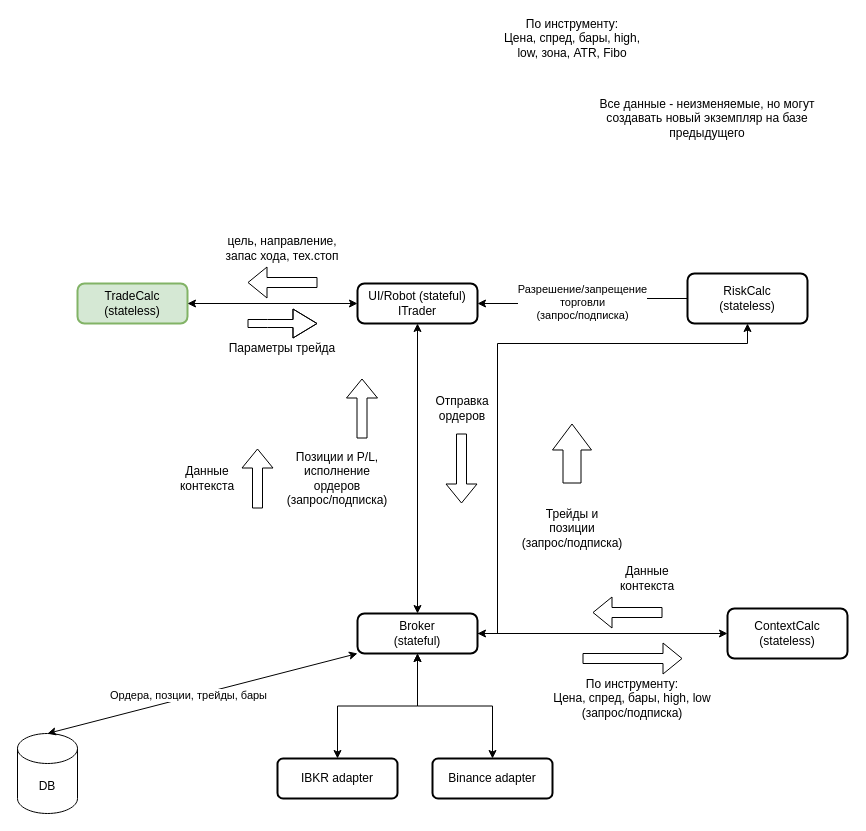
The draw.io diagram architechture.drawio in utamons/trade, before the edit. Source tidied: cells renumbered, new cells numbered last; positions are measured from the earlier drawing's top-left corner, leaving out a move shared by most shapes. Both pictures are drawn from the tidied source at 100%, with x=0, y=0 at pixel (17, 23).
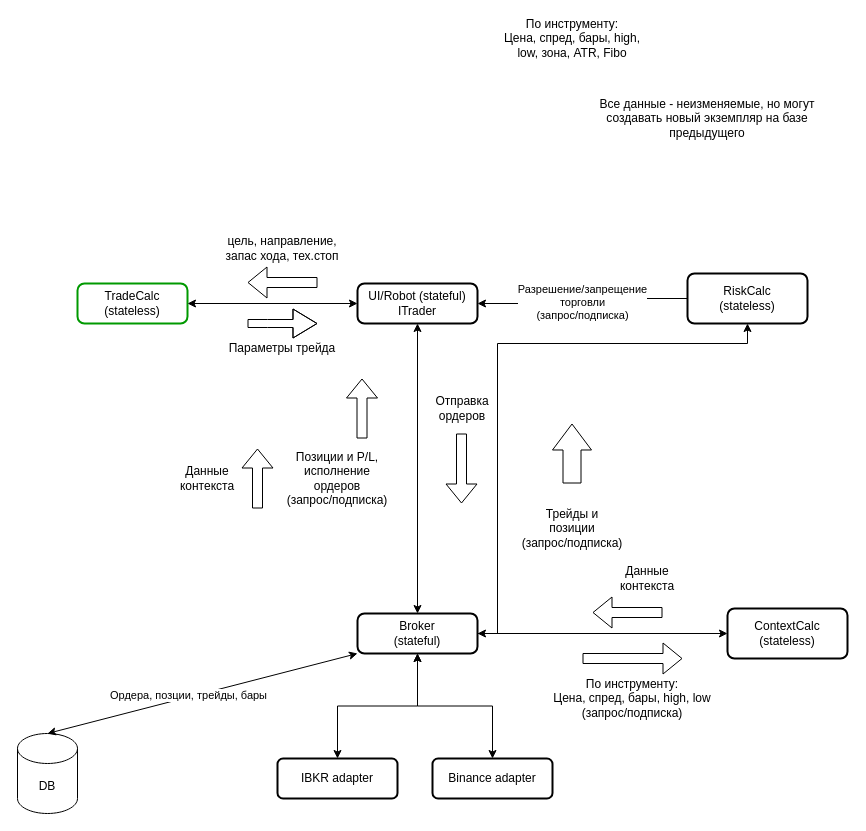
The same diagram, later.

The edit, as a diff of the source:
```diff
@@
-    <mxCell id="3" value="&lt;div&gt;&lt;span style=&quot;background-color: initial;&quot;&gt;Trade&lt;/span&gt;&lt;span style=&quot;background-color: initial;&quot;&gt;Calc&lt;/span&gt;&lt;/div&gt;&lt;div&gt;(stateless)&lt;/div&gt;" style="rounded=1;whiteSpace=wrap;html=1;absoluteArcSize=1;arcSize=14;strokeWidth=2;fillColor=#d5e8d4;strokeColor=#82b366;" parent="1" vertex="1">
+    <mxCell id="3" value="&lt;div&gt;&lt;span style=&quot;background-color: initial;&quot;&gt;Trade&lt;/span&gt;&lt;span style=&quot;background-color: initial;&quot;&gt;Calc&lt;/span&gt;&lt;/div&gt;&lt;div&gt;(stateless)&lt;/div&gt;" style="rounded=1;whiteSpace=wrap;html=1;absoluteArcSize=1;arcSize=14;strokeWidth=2;fillColor=none;strokeColor=#009900;" parent="1" vertex="1">
       <mxGeometry x="60" y="260" width="110" height="40" as="geometry" />
     </mxCell>
```
